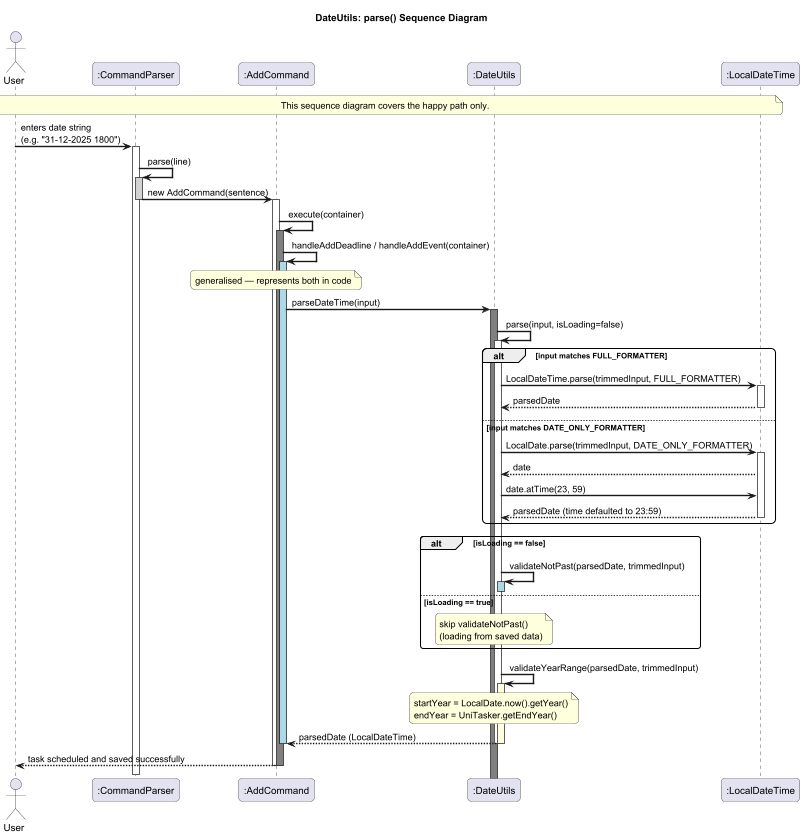
Above: docs/pictures/DateUtilsSequence.png in michaelshyam1/tp (PlantUML), before the change. Source of this version:
```plantuml
@startuml DateUtilsSequenceDiagram
!pragma teoz true

skinparam sequenceArrowThickness 2
skinparam roundcorner 10

title DateUtils: parse() Sequence Diagram

actor User
participant ":CommandParser" as CP
participant ":AddCommand" as AC
participant ":DateUtils" as DU
participant ":LocalDateTime" as LDT

note over User, LDT : This sequence diagram covers the happy path only.

User -> CP : enters date string\n(e.g. "31-12-2025 1800")
activate CP

CP -> CP : parse(line)
activate CP #lightgray
CP -> AC : new AddCommand(sentence)
deactivate CP

activate AC
AC -> AC : execute(container)
activate AC #gray

AC -> AC : handleAddDeadline / handleAddEvent(container)
activate AC #lightblue
note over AC : generalised — represents both in code

AC -> DU : parseDateTime(input)
activate DU #gray

DU -> DU : parse(input, isLoading=false)
activate DU #white

alt input matches FULL_FORMATTER
    DU -> LDT : LocalDateTime.parse(trimmedInput, FULL_FORMATTER)
    activate LDT
    LDT --> DU : parsedDate
    deactivate LDT

else input matches DATE_ONLY_FORMATTER
    DU -> LDT : LocalDate.parse(trimmedInput, DATE_ONLY_FORMATTER)
    activate LDT
    LDT --> DU : date
    DU -> LDT : date.atTime(23, 59)
    LDT --> DU : parsedDate (time defaulted to 23:59)
    deactivate LDT
end

alt isLoading == false
    DU -> DU : validateNotPast(parsedDate, trimmedInput)
    activate DU #lightblue
    deactivate DU

else isLoading == true
    note over DU : skip validateNotPast()\n(loading from saved data)
end

DU -> DU : validateYearRange(parsedDate, trimmedInput)
activate DU #lightyellow
note over DU : startYear = LocalDate.now().getYear()\nendYear = UniTasker.getEndYear()

DU --> AC : parsedDate (LocalDateTime)
deactivate DU
deactivate DU
deactivate AC
AC --> User : task scheduled and saved successfully
deactivate AC
deactivate AC

deactivate CP

@enduml
```
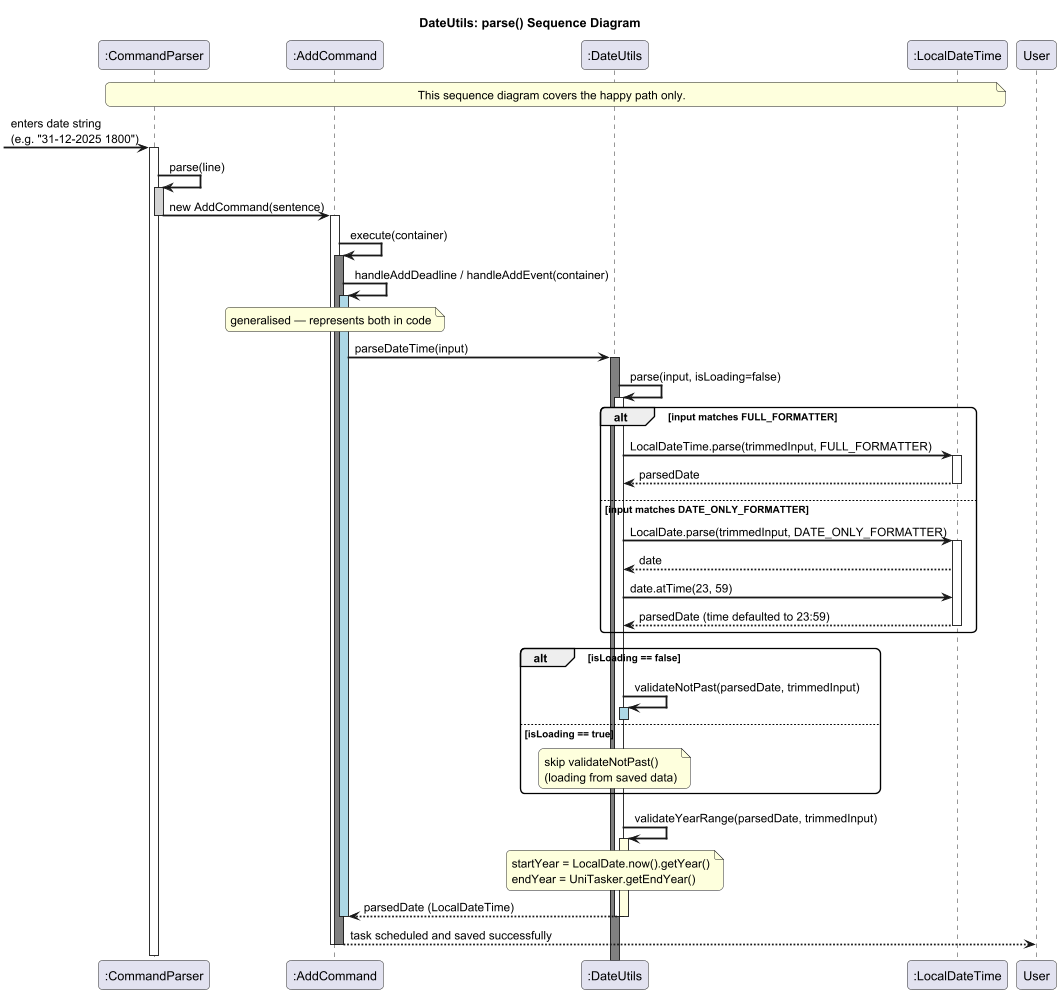
After the change.

Commit message:
Minor changes to sequence diagrams

Change to the diagram source:
```diff
@@ -6,15 +6,14 @@
 
 title DateUtils: parse() Sequence Diagram
 
-actor User
 participant ":CommandParser" as CP
 participant ":AddCommand" as AC
 participant ":DateUtils" as DU
 participant ":LocalDateTime" as LDT
 
-note over User, LDT : This sequence diagram covers the happy path only.
+note over CP, LDT : This sequence diagram covers the happy path only.
 
-User -> CP : enters date string\n(e.g. "31-12-2025 1800")
+-> CP : enters date string\n(e.g. "31-12-2025 1800")
 activate CP
 
 CP -> CP : parse(line)
```
